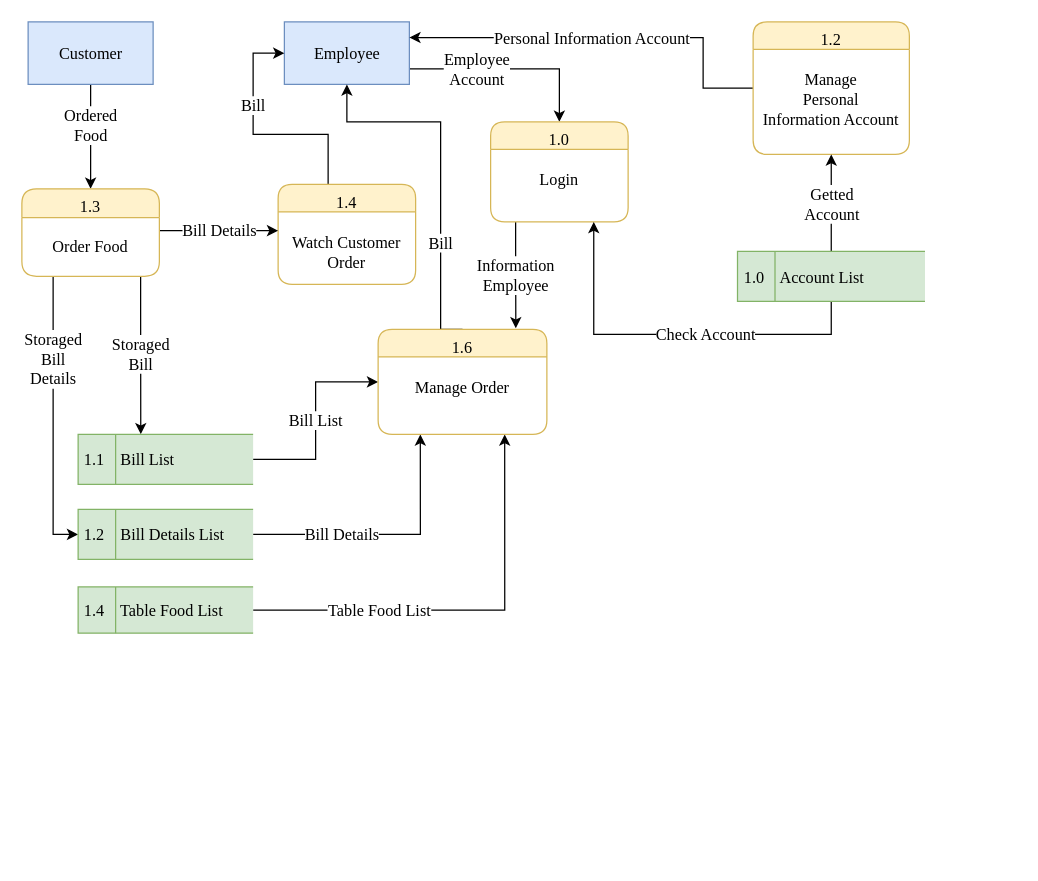
This is page "Level 2 - Employee" (7 of 8) of document/data flow/dfd.drawio from daomtthuan/do-an, a draw.io file, before an edit. Source tidied: cells renumbered, new cells numbered last; positions are measured from the earlier drawing's top-left corner, leaving out a move shared by most shapes. Both pictures are drawn from the tidied source at 125%, with x=0, y=0 at pixel (21, 21).
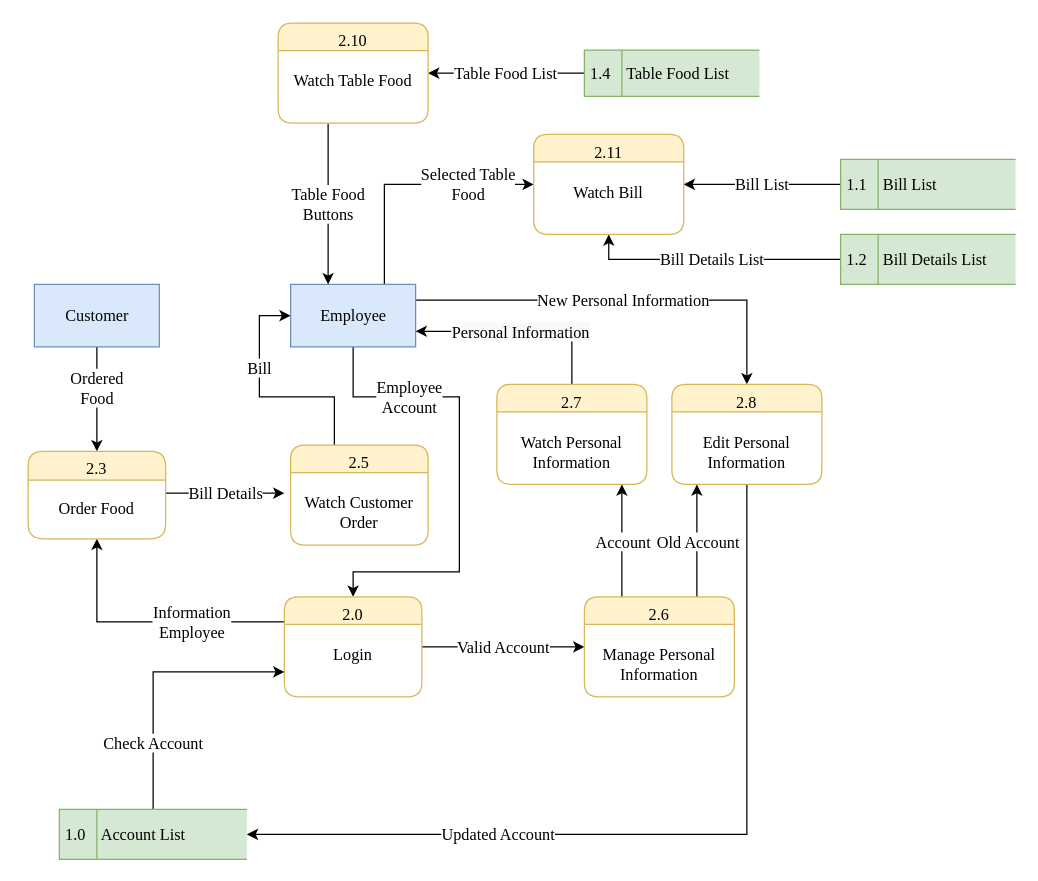
The same diagram, later.

What changed in the source:
```diff
@@
-    <mxCell id="2" value="Table Food List" style="edgeStyle=orthogonalEdgeStyle;rounded=0;jettySize=auto;html=1;entryX=0.75;entryY=1;entryDx=0;entryDy=0;fontFamily=Times New Roman;fontSize=13;" parent="1" edge="1" source="3" target="26">
-      <mxGeometry x="-0.41" relative="1" as="geometry" />
+    <mxCell id="2" value="Table Food List" style="edgeStyle=orthogonalEdgeStyle;rounded=0;jettySize=auto;html=1;entryX=1;entryY=0.5;entryDx=0;entryDy=0;fontFamily=Times New Roman;fontSize=13;" parent="1" edge="1" source="3" target="39">
+      <mxGeometry relative="1" as="geometry" />
     </mxCell>
     <mxCell id="3" value="1.4&amp;nbsp; &amp;nbsp; Table Food List" style="html=1;dashed=0;whitespace=wrap;shape=mxgraph.dfd.dataStoreID;align=left;spacingLeft=3;points=[[0,0],[0.5,0],[1,0],[0,0.5],[1,0.5],[0,1],[0.5,1],[1,1]];fillColor=#d5e8d4;strokeColor=#82b366;fontFamily=Times New Roman;fontSize=13;" parent="1" vertex="1">
-      <mxGeometry x="45" y="452" width="140" height="37" as="geometry" />
+      <mxGeometry x="450" y="22.5" width="140" height="37" as="geometry" />
     </mxCell>
-    <mxCell id="4" value="Employee&lt;br style=&quot;font-size: 13px;&quot;&gt;Account" style="edgeStyle=orthogonalEdgeStyle;rounded=0;jettySize=auto;html=1;entryX=0.5;entryY=0;entryDx=0;entryDy=0;exitX=1;exitY=0.75;exitDx=0;exitDy=0;fontFamily=Times New Roman;fontSize=13;" parent="1" edge="1" source="7" target="9">
-      <mxGeometry x="-0.34" relative="1" as="geometry">
+    <mxCell id="4" value="Employee&lt;br style=&quot;font-size: 13px;&quot;&gt;Account" style="edgeStyle=orthogonalEdgeStyle;rounded=0;jettySize=auto;html=1;entryX=0.5;entryY=0;entryDx=0;entryDy=0;exitX=0.5;exitY=1;exitDx=0;exitDy=0;fontFamily=Times New Roman;fontSize=13;" parent="1" edge="1" source="7" target="9">
+      <mxGeometry x="-0.54" relative="1" as="geometry">
         <Array as="points">
-          <mxPoint x="430" y="38" />
+          <mxPoint x="265" y="300" />
+          <mxPoint x="350" y="300" />
+          <mxPoint x="350" y="440" />
+          <mxPoint x="265" y="440" />
         </Array>
       </mxGeometry>
     </mxCell>
     <mxCell id="5" value="Ordered&lt;br style=&quot;font-size: 13px;&quot;&gt;Food" style="edgeStyle=orthogonalEdgeStyle;rounded=0;jettySize=auto;html=1;exitX=0.5;exitY=1;exitDx=0;exitDy=0;entryX=0.5;entryY=0;entryDx=0;entryDy=0;fontFamily=Times New Roman;fontSize=13;" parent="1" edge="1" source="6" target="15">
       <mxGeometry x="-0.2" relative="1" as="geometry">
         <Array as="points">
-          <mxPoint x="55" y="70" />
-          <mxPoint x="55" y="70" />
+          <mxPoint x="60" y="280" />
+          <mxPoint x="60" y="280" />
         </Array>
       </mxGeometry>
     </mxCell>
     <mxCell id="6" value="&lt;span style=&quot;font-size: 13px;&quot;&gt;&lt;span style=&quot;font-size: 13px;&quot;&gt;Customer&lt;/span&gt;&lt;/span&gt;" style="html=1;dashed=0;whitespace=wrap;strokeWidth=1;fillColor=#dae8fc;strokeColor=#6c8ebf;fontFamily=Times New Roman;fontSize=13;" parent="1" vertex="1">
-      <mxGeometry x="5" width="100" height="50" as="geometry" />
+      <mxGeometry x="10" y="210" width="100" height="50" as="geometry" />
     </mxCell>
+    <mxCell id="27" value="&lt;span style=&quot;font-size: 13px;&quot;&gt;New Personal Information&lt;/span&gt;" style="edgeStyle=orthogonalEdgeStyle;rounded=0;jettySize=auto;html=1;exitX=1;exitY=0.25;exitDx=0;exitDy=0;fontFamily=Times New Roman;fontSize=13;" parent="1" edge="1" source="7" target="32">
+      <mxGeometry relative="1" as="geometry" />
+    </mxCell>
+    <mxCell id="28" value="Selected Table&lt;br style=&quot;font-size: 13px;&quot;&gt;Food" style="edgeStyle=orthogonalEdgeStyle;rounded=0;jettySize=auto;html=1;exitX=0.75;exitY=0;exitDx=0;exitDy=0;entryX=0;entryY=0.5;entryDx=0;entryDy=0;fontFamily=Times New Roman;fontSize=13;" parent="1" edge="1" source="7" target="40">
+      <mxGeometry x="0.47" relative="1" as="geometry" />
+    </mxCell>
     <mxCell id="7" value="&lt;span style=&quot;font-size: 13px;&quot;&gt;&lt;span style=&quot;font-size: 13px;&quot;&gt;Employee&lt;/span&gt;&lt;/span&gt;" style="html=1;dashed=0;whitespace=wrap;strokeWidth=1;fillColor=#dae8fc;strokeColor=#6c8ebf;fontFamily=Times New Roman;fontSize=13;" parent="1" vertex="1">
-      <mxGeometry x="210" width="100" height="50" as="geometry" />
+      <mxGeometry x="215" y="210" width="100" height="50" as="geometry" />
     </mxCell>
-    <mxCell id="8" value="Information&lt;br style=&quot;font-size: 13px;&quot;&gt;Employee" style="edgeStyle=orthogonalEdgeStyle;rounded=0;jettySize=auto;html=1;entryX=0.816;entryY=-0.01;entryDx=0;entryDy=0;entryPerimeter=0;fontFamily=Times New Roman;fontSize=13;" parent="1" edge="1" source="9" target="26">
-      <mxGeometry relative="1" as="geometry">
+    <mxCell id="8" value="Information&lt;br style=&quot;font-size: 13px;&quot;&gt;Employee" style="edgeStyle=orthogonalEdgeStyle;rounded=0;jettySize=auto;html=1;entryX=0.5;entryY=1;entryDx=0;entryDy=0;fontFamily=Times New Roman;fontSize=13;exitX=0;exitY=0.25;exitDx=0;exitDy=0;" parent="1" edge="1" source="9" target="15">
+      <mxGeometry x="-0.32" relative="1" as="geometry">
         <Array as="points">
-          <mxPoint x="395" y="180" />
-          <mxPoint x="395" y="180" />
+          <mxPoint x="60" y="480" />
         </Array>
       </mxGeometry>
     </mxCell>
+    <mxCell id="29" value="Valid Account" style="edgeStyle=orthogonalEdgeStyle;rounded=0;jettySize=auto;html=1;entryX=0;entryY=0.5;entryDx=0;entryDy=0;fontFamily=Times New Roman;fontSize=13;" parent="1" edge="1" source="9" target="37">
+      <mxGeometry relative="1" as="geometry" />
+    </mxCell>
-    <mxCell id="9" value="1.0&#10;&#10;Login" style="swimlane;fontStyle=0;horizontal=1;startSize=22;fillColor=#fff2cc;swimlaneFillColor=#ffffff;rounded=1;strokeWidth=1;verticalAlign=top;arcSize=17;labelPosition=center;verticalLabelPosition=middle;align=center;fontFamily=Times New Roman;strokeColor=#d6b656;fontSize=13;" parent="1" vertex="1">
-      <mxGeometry x="375" y="80" width="110" height="80" as="geometry" />
+    <mxCell id="9" value="2.0&#10;&#10;Login" style="swimlane;fontStyle=0;horizontal=1;startSize=22;fillColor=#fff2cc;swimlaneFillColor=#ffffff;rounded=1;strokeWidth=1;verticalAlign=top;arcSize=17;labelPosition=center;verticalLabelPosition=middle;align=center;fontFamily=Times New Roman;strokeColor=#d6b656;fontSize=13;" parent="1" vertex="1">
+      <mxGeometry x="210" y="460" width="110" height="80" as="geometry" />
     </mxCell>
     <mxCell id="10" value="Bill" style="edgeStyle=orthogonalEdgeStyle;rounded=0;jettySize=auto;html=1;entryX=0;entryY=0.5;entryDx=0;entryDy=0;fontFamily=Times New Roman;fontSize=13;" parent="1" edge="1" source="11" target="7">
       <mxGeometry x="0.29" relative="1" as="geometry">
         <Array as="points">
-          <mxPoint x="245" y="90" />
-          <mxPoint x="185" y="90" />
-          <mxPoint x="185" y="25" />
+          <mxPoint x="250" y="300" />
+          <mxPoint x="190" y="300" />
+          <mxPoint x="190" y="235" />
         </Array>
       </mxGeometry>
     </mxCell>
-    <mxCell id="11" value="1.4&#10;&#10;Watch Customer&#10;Order" style="swimlane;fontStyle=0;horizontal=1;startSize=22;fillColor=#fff2cc;swimlaneFillColor=#ffffff;rounded=1;strokeWidth=1;verticalAlign=top;arcSize=17;labelPosition=center;verticalLabelPosition=middle;align=center;fontFamily=Times New Roman;strokeColor=#d6b656;fontSize=13;" parent="1" vertex="1">
-      <mxGeometry x="205" y="130" width="110" height="80" as="geometry" />
+    <mxCell id="11" value="2.5&#10;&#10;Watch Customer&#10;Order" style="swimlane;fontStyle=0;horizontal=1;startSize=22;fillColor=#fff2cc;swimlaneFillColor=#ffffff;rounded=1;strokeWidth=1;verticalAlign=top;arcSize=17;labelPosition=center;verticalLabelPosition=middle;align=center;fontFamily=Times New Roman;strokeColor=#d6b656;fontSize=13;" parent="1" vertex="1">
+      <mxGeometry x="215" y="338.5" width="110" height="80" as="geometry" />
     </mxCell>
     <mxCell id="12" value="Bill Details" style="edgeStyle=orthogonalEdgeStyle;rounded=0;orthogonalLoop=1;jettySize=auto;html=1;fontFamily=Times New Roman;fontSize=13;" parent="1" edge="1">
       <mxGeometry relative="1" as="geometry">
-        <mxPoint x="110" y="167" as="sourcePoint" />
-        <mxPoint x="205" y="167" as="targetPoint" />
+        <mxPoint x="115" y="377" as="sourcePoint" />
+        <mxPoint x="210" y="377" as="targetPoint" />
       </mxGeometry>
     </mxCell>
-    <mxCell id="13" value="Storaged&lt;br style=&quot;font-size: 13px;&quot;&gt;Bill" style="edgeStyle=orthogonalEdgeStyle;rounded=0;jettySize=auto;html=1;entryX=0.358;entryY=-0.004;entryDx=0;entryDy=0;entryPerimeter=0;fontFamily=Times New Roman;fontSize=13;" parent="1" edge="1" source="15" target="22">
-      <mxGeometry relative="1" as="geometry">
-        <Array as="points">
-          <mxPoint x="95" y="230" />
-          <mxPoint x="95" y="230" />
-        </Array>
-      </mxGeometry>
-    </mxCell>
-    <mxCell id="14" value="Storaged&lt;br style=&quot;font-size: 13px;&quot;&gt;Bill&lt;br style=&quot;font-size: 13px;&quot;&gt;Details" style="edgeStyle=orthogonalEdgeStyle;rounded=0;jettySize=auto;html=1;exitX=0.25;exitY=1;exitDx=0;exitDy=0;entryX=0;entryY=0.5;entryDx=0;entryDy=0;fontFamily=Times New Roman;fontSize=13;" parent="1" edge="1" source="15" target="24">
-      <mxGeometry x="-0.4" relative="1" as="geometry">
-        <Array as="points">
-          <mxPoint x="25" y="204" />
-          <mxPoint x="25" y="410" />
-        </Array>
-      </mxGeometry>
-    </mxCell>
-    <mxCell id="15" value="1.3&#10;&#10;Order Food" style="swimlane;fontStyle=0;horizontal=1;startSize=23;fillColor=#fff2cc;swimlaneFillColor=#ffffff;rounded=1;strokeWidth=1;verticalAlign=top;arcSize=17;labelPosition=center;verticalLabelPosition=middle;align=center;fontFamily=Times New Roman;strokeColor=#d6b656;fontSize=13;" parent="1" vertex="1">
-      <mxGeometry y="133.5" width="110" height="70" as="geometry" />
+    <mxCell id="15" value="2.3&#10;&#10;Order Food" style="swimlane;fontStyle=0;horizontal=1;startSize=23;fillColor=#fff2cc;swimlaneFillColor=#ffffff;rounded=1;strokeWidth=1;verticalAlign=top;arcSize=17;labelPosition=center;verticalLabelPosition=middle;align=center;fontFamily=Times New Roman;strokeColor=#d6b656;fontSize=13;" parent="1" vertex="1">
+      <mxGeometry x="5" y="343.5" width="110" height="70" as="geometry" />
     </mxCell>
-    <mxCell id="16" value="Personal Information Account" style="edgeStyle=orthogonalEdgeStyle;rounded=0;jettySize=auto;html=1;exitX=0;exitY=0.5;exitDx=0;exitDy=0;entryX=1;entryY=0.25;entryDx=0;entryDy=0;fontFamily=Times New Roman;fontSize=13;" parent="1" edge="1" source="17" target="7">
-      <mxGeometry x="0.08" relative="1" as="geometry">
-        <Array as="points">
-          <mxPoint x="545" y="53" />
-          <mxPoint x="545" y="12" />
-        </Array>
-      </mxGeometry>
-    </mxCell>
-    <mxCell id="17" value="1.2&#10;&#10;Manage&#10;Personal &#10;Information Account" style="swimlane;fontStyle=0;horizontal=1;startSize=22;fillColor=#fff2cc;swimlaneFillColor=#ffffff;rounded=1;strokeWidth=1;verticalAlign=top;arcSize=17;labelPosition=center;verticalLabelPosition=middle;align=center;fontFamily=Times New Roman;strokeColor=#d6b656;fontSize=13;" parent="1" vertex="1">
-      <mxGeometry x="585" width="125" height="106" as="geometry" />
-    </mxCell>
-    <mxCell id="18" value="Check Account" style="edgeStyle=orthogonalEdgeStyle;rounded=0;jettySize=auto;html=1;entryX=0.75;entryY=1;entryDx=0;entryDy=0;fontFamily=Times New Roman;fontSize=13;" parent="1" edge="1" source="20" target="9">
-      <mxGeometry x="-0.17" relative="1" as="geometry">
+    <mxCell id="18" value="Check Account" style="edgeStyle=orthogonalEdgeStyle;rounded=0;jettySize=auto;html=1;entryX=0;entryY=0.75;entryDx=0;entryDy=0;fontFamily=Times New Roman;fontSize=13;" parent="1" edge="1" source="20" target="9">
+      <mxGeometry x="-0.51" relative="1" as="geometry">
         <Array as="points">
-          <mxPoint x="648" y="250" />
-          <mxPoint x="458" y="250" />
+          <mxPoint x="105" y="520" />
         </Array>
       </mxGeometry>
     </mxCell>
-    <mxCell id="19" value="Getted&lt;br style=&quot;font-size: 13px;&quot;&gt;Account" style="edgeStyle=orthogonalEdgeStyle;rounded=0;jettySize=auto;html=1;entryX=0.5;entryY=1;entryDx=0;entryDy=0;fontFamily=Times New Roman;fontSize=13;" parent="1" edge="1" source="20" target="17">
-      <mxGeometry x="-0.01" relative="1" as="geometry" />
-    </mxCell>
     <mxCell id="20" value="1.0&amp;nbsp; &amp;nbsp; Account List" style="html=1;dashed=0;whitespace=wrap;shape=mxgraph.dfd.dataStoreID;align=left;spacingLeft=3;points=[[0,0],[0.5,0],[1,0],[0,0.5],[1,0.5],[0,1],[0.5,1],[1,1]];fillColor=#d5e8d4;strokeColor=#82b366;fontFamily=Times New Roman;fontSize=13;" parent="1" vertex="1">
-      <mxGeometry x="572.5" y="183.5" width="150" height="40" as="geometry" />
+      <mxGeometry x="30" y="630" width="150" height="40" as="geometry" />
     </mxCell>
-    <mxCell id="21" value="Bill List" style="edgeStyle=orthogonalEdgeStyle;rounded=0;jettySize=auto;html=1;entryX=0;entryY=0.5;entryDx=0;entryDy=0;fontFamily=Times New Roman;fontSize=13;" parent="1" edge="1" source="22" target="26">
+    <mxCell id="21" value="Bill List" style="edgeStyle=orthogonalEdgeStyle;rounded=0;jettySize=auto;html=1;entryX=1;entryY=0.5;entryDx=0;entryDy=0;fontFamily=Times New Roman;fontSize=13;" parent="1" edge="1" source="22" target="40">
       <mxGeometry relative="1" as="geometry" />
     </mxCell>
     <mxCell id="22" value="1.1&amp;nbsp; &amp;nbsp; Bill List" style="html=1;dashed=0;whitespace=wrap;shape=mxgraph.dfd.dataStoreID;align=left;spacingLeft=3;points=[[0,0],[0.5,0],[1,0],[0,0.5],[1,0.5],[0,1],[0.5,1],[1,1]];fillColor=#d5e8d4;strokeColor=#82b366;fontFamily=Times New Roman;fontSize=13;" parent="1" vertex="1">
-      <mxGeometry x="45" y="330" width="140" height="40" as="geometry" />
+      <mxGeometry x="655" y="110" width="140" height="40" as="geometry" />
     </mxCell>
-    <mxCell id="23" value="Bill Details" style="edgeStyle=orthogonalEdgeStyle;rounded=0;jettySize=auto;html=1;entryX=0.25;entryY=1;entryDx=0;entryDy=0;fontFamily=Times New Roman;fontSize=13;" parent="1" edge="1" source="24" target="26">
-      <mxGeometry x="-0.34" relative="1" as="geometry" />
-    </mxCell>
+    <mxCell id="30" value="Bill Details List" style="edgeStyle=orthogonalEdgeStyle;rounded=0;jettySize=auto;html=1;entryX=0.5;entryY=1;entryDx=0;entryDy=0;fontFamily=Times New Roman;fontSize=13;" parent="1" edge="1" source="24" target="40">
+      <mxGeometry relative="1" as="geometry" />
+    </mxCell>
     <mxCell id="24" value="1.2&amp;nbsp; &amp;nbsp; Bill Details List" style="html=1;dashed=0;whitespace=wrap;shape=mxgraph.dfd.dataStoreID;align=left;spacingLeft=3;points=[[0,0],[0.5,0],[1,0],[0,0.5],[1,0.5],[0,1],[0.5,1],[1,1]];fillColor=#d5e8d4;strokeColor=#82b366;fontFamily=Times New Roman;fontSize=13;" parent="1" vertex="1">
-      <mxGeometry x="45" y="390" width="140" height="40" as="geometry" />
+      <mxGeometry x="655" y="170" width="140" height="40" as="geometry" />
     </mxCell>
-    <mxCell id="25" value="Bill" style="edgeStyle=orthogonalEdgeStyle;rounded=0;jettySize=auto;html=1;exitX=0.5;exitY=0;exitDx=0;exitDy=0;entryX=0.5;entryY=1;entryDx=0;entryDy=0;fontFamily=Times New Roman;fontSize=13;" parent="1" edge="1" source="26" target="7">
-      <mxGeometry x="-0.4" relative="1" as="geometry">
-        <Array as="points">
-          <mxPoint x="335" y="246" />
-          <mxPoint x="335" y="80" />
-          <mxPoint x="260" y="80" />
-        </Array>
-      </mxGeometry>
-    </mxCell>
-    <mxCell id="26" value="1.6&#10;&#10;Manage Order" style="swimlane;fontStyle=0;horizontal=1;startSize=22;fillColor=#fff2cc;swimlaneFillColor=#ffffff;rounded=1;strokeWidth=1;verticalAlign=top;arcSize=17;labelPosition=center;verticalLabelPosition=middle;align=center;fontFamily=Times New Roman;strokeColor=#d6b656;fontSize=13;" parent="1" vertex="1">
-      <mxGeometry x="285" y="246" width="135" height="84" as="geometry" />
-    </mxCell>
+    <mxCell id="31" value="&lt;span style=&quot;font-size: 13px;&quot;&gt;Updated Account&lt;/span&gt;" style="edgeStyle=orthogonalEdgeStyle;rounded=0;jettySize=auto;html=1;entryX=1;entryY=0.5;entryDx=0;entryDy=0;exitX=0.5;exitY=1;exitDx=0;exitDy=0;fontFamily=Times New Roman;fontSize=13;" parent="1" edge="1" source="32" target="20">
+      <mxGeometry x="0.41" relative="1" as="geometry">
+        <Array as="points">
+          <mxPoint x="580" y="650" />
+        </Array>
+      </mxGeometry>
+    </mxCell>
+    <mxCell id="32" value="2.8&#10;&#10;Edit Personal&#10;Information" style="swimlane;fontStyle=0;horizontal=1;startSize=22;fillColor=#fff2cc;swimlaneFillColor=#ffffff;rounded=1;strokeWidth=1;verticalAlign=top;arcSize=17;labelPosition=center;verticalLabelPosition=middle;align=center;fontFamily=Times New Roman;strokeColor=#d6b656;fontSize=13;" parent="1" vertex="1">
+      <mxGeometry x="520" y="290" width="120" height="80" as="geometry" />
+    </mxCell>
+    <mxCell id="33" value="P&lt;span style=&quot;font-size: 13px; text-align: left; background-color: rgb(248, 249, 250);&quot;&gt;ersonal Information&lt;/span&gt;" style="edgeStyle=orthogonalEdgeStyle;rounded=0;jettySize=auto;html=1;entryX=1;entryY=0.75;entryDx=0;entryDy=0;exitX=0.5;exitY=0;exitDx=0;exitDy=0;fontFamily=Times New Roman;fontSize=13;" parent="1" edge="1" source="34" target="7">
+      <mxGeometry relative="1" as="geometry" />
+    </mxCell>
+    <mxCell id="34" value="2.7&#10;&#10;Watch Personal&#10;Information" style="swimlane;fontStyle=0;horizontal=1;startSize=22;fillColor=#fff2cc;swimlaneFillColor=#ffffff;rounded=1;strokeWidth=1;verticalAlign=top;arcSize=17;labelPosition=center;verticalLabelPosition=middle;align=center;fontFamily=Times New Roman;strokeColor=#d6b656;fontSize=13;" parent="1" vertex="1">
+      <mxGeometry x="380" y="290" width="120" height="80" as="geometry" />
+    </mxCell>
+    <mxCell id="35" value="Account" style="edgeStyle=orthogonalEdgeStyle;rounded=0;jettySize=auto;html=1;exitX=0.25;exitY=0;exitDx=0;exitDy=0;fontFamily=Times New Roman;fontSize=13;" parent="1" edge="1" source="37">
+      <mxGeometry relative="1" as="geometry">
+        <mxPoint x="480" y="370" as="targetPoint" />
+      </mxGeometry>
+    </mxCell>
+    <mxCell id="36" value="Old Account" style="edgeStyle=orthogonalEdgeStyle;rounded=0;jettySize=auto;html=1;exitX=0.75;exitY=0;exitDx=0;exitDy=0;fontFamily=Times New Roman;fontSize=13;" parent="1" edge="1" source="37">
+      <mxGeometry relative="1" as="geometry">
+        <mxPoint x="540" y="370" as="targetPoint" />
+      </mxGeometry>
+    </mxCell>
+    <mxCell id="37" value="2.6&#10;&#10;Manage Personal&#10;Information" style="swimlane;fontStyle=0;horizontal=1;startSize=22;fillColor=#fff2cc;swimlaneFillColor=#ffffff;rounded=1;strokeWidth=1;verticalAlign=top;arcSize=17;labelPosition=center;verticalLabelPosition=middle;align=center;fontFamily=Times New Roman;strokeColor=#d6b656;fontSize=13;" parent="1" vertex="1">
+      <mxGeometry x="450" y="460" width="120" height="80" as="geometry" />
+    </mxCell>
+    <mxCell id="38" value="Table Food&lt;br style=&quot;font-size: 13px;&quot;&gt;Buttons" style="edgeStyle=orthogonalEdgeStyle;rounded=0;jettySize=auto;html=1;fontFamily=Times New Roman;fontSize=13;" parent="1" edge="1" source="39">
+      <mxGeometry relative="1" as="geometry">
+        <mxPoint x="245" y="210" as="targetPoint" />
+        <Array as="points">
+          <mxPoint x="245" y="110" />
+          <mxPoint x="245" y="110" />
+        </Array>
+      </mxGeometry>
+    </mxCell>
+    <mxCell id="39" value="2.10&#10;&#10;Watch Table Food" style="swimlane;fontStyle=0;horizontal=1;startSize=22;fillColor=#fff2cc;swimlaneFillColor=#ffffff;rounded=1;strokeWidth=1;verticalAlign=top;arcSize=17;labelPosition=center;verticalLabelPosition=middle;align=center;fontFamily=Times New Roman;strokeColor=#d6b656;fontSize=13;" parent="1" vertex="1">
+      <mxGeometry x="205" y="1" width="120" height="80" as="geometry" />
+    </mxCell>
+    <mxCell id="40" value="2.11&#10;&#10;Watch Bill" style="swimlane;fontStyle=0;horizontal=1;startSize=22;fillColor=#fff2cc;swimlaneFillColor=#ffffff;rounded=1;strokeWidth=1;verticalAlign=top;arcSize=17;labelPosition=center;verticalLabelPosition=middle;align=center;fontFamily=Times New Roman;strokeColor=#d6b656;fontSize=13;" parent="1" vertex="1">
+      <mxGeometry x="409.5" y="90" width="120" height="80" as="geometry" />
+    </mxCell>
```
